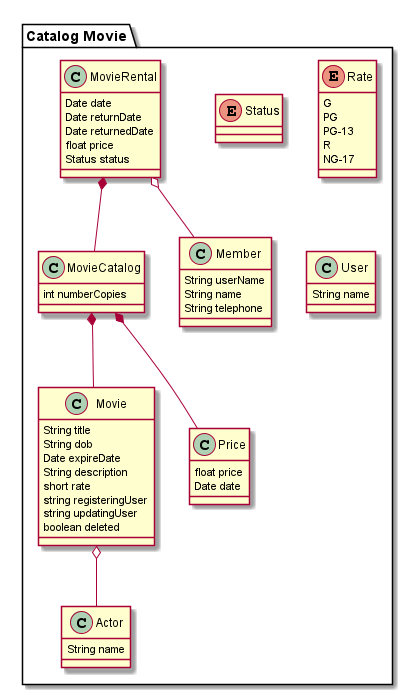
This is diagrams/movie-model.png from ysrael182/movie-catalog-practice, a PlantUML export, as it was before one commit.
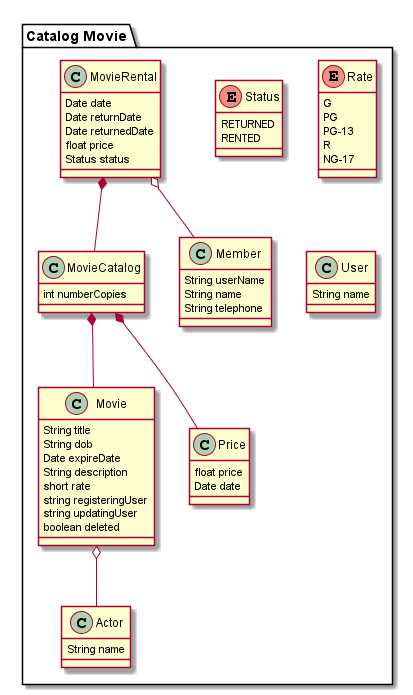
The same diagram one commit later.

What changed in the source:
```diff
@@ -7,7 +7,8 @@
     MovieRental o-- Member
     MovieRental *-- MovieCatalog
     enum Status {
-
+        RETURNED
+        RENTED
     }
     enum Rate {
         G
```
